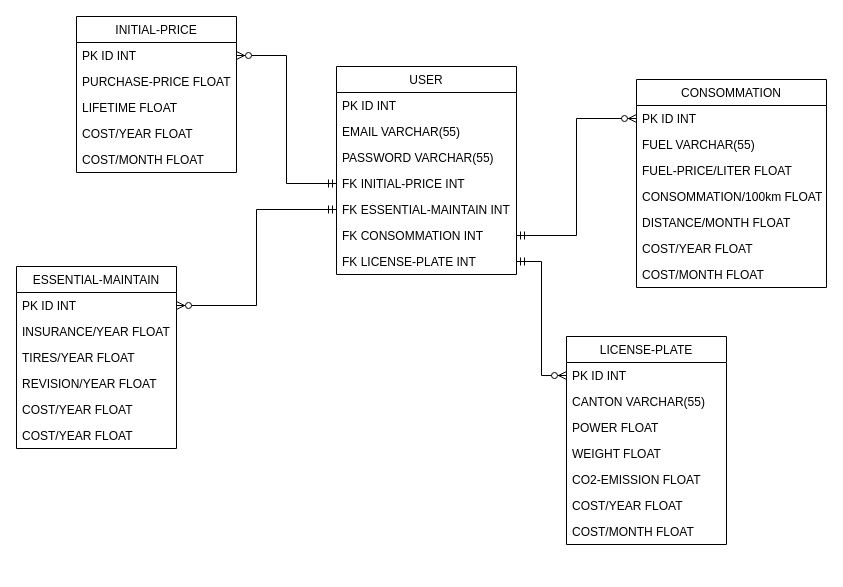
Before: page "MLD" (2 of 2) of SQL/Modélisation BDD.drawio in ThomasCPNV/CcubeProject, a draw.io diagram. Source tidied: cells renumbered, new cells numbered last; positions are measured from the earlier drawing's top-left corner, leaving out a move shared by most shapes. Both pictures are drawn from the tidied source at 100%, with x=0, y=0 at pixel (16, 16).
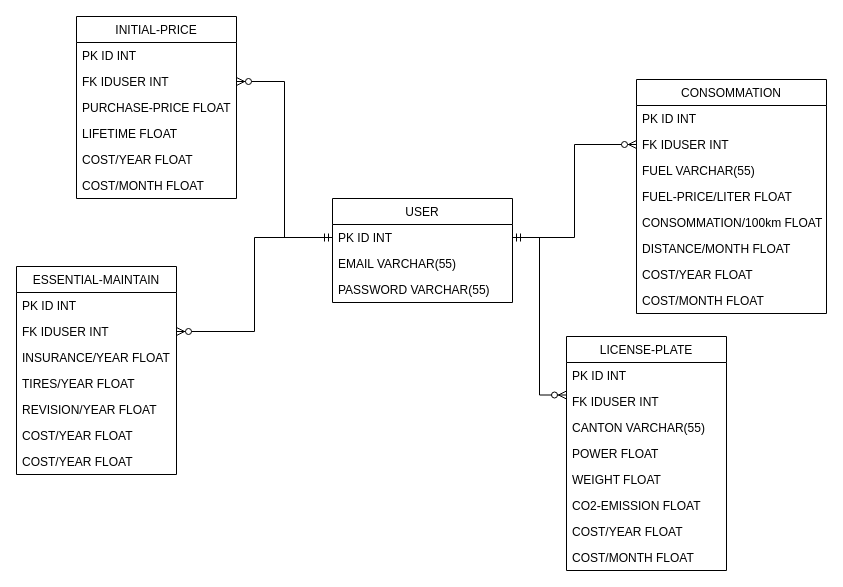
Above is the later version.

Commit message (it also covers changes not shown here):
Mise à jour des diagrammes

The change refers to these unchanged cells:
```xml
<mxCell id="3" value="PK ID INT" style="text;strokeColor=none;fillColor=none;align=left;verticalAlign=top;spacingLeft=4;spacingRight=4;overflow=hidden;points=[[0,0.5],[1,0.5]];portConstraint=eastwest;" parent="2" vertex="1">
  <mxGeometry y="26" width="180" height="26" as="geometry" />
</mxCell>
<mxCell id="11" value="PK ID INT" style="text;strokeColor=none;fillColor=none;align=left;verticalAlign=top;spacingLeft=4;spacingRight=4;overflow=hidden;points=[[0,0.5],[1,0.5]];portConstraint=eastwest;" parent="10" vertex="1">
  <mxGeometry y="26" width="160" height="26" as="geometry" />
</mxCell>
<mxCell id="19" value="PK ID INT" style="text;strokeColor=none;fillColor=none;align=left;verticalAlign=top;spacingLeft=4;spacingRight=4;overflow=hidden;points=[[0,0.5],[1,0.5]];portConstraint=eastwest;" parent="18" vertex="1">
  <mxGeometry y="26" width="160" height="26" as="geometry" />
</mxCell>
<mxCell id="26" value="PK ID INT" style="text;strokeColor=none;fillColor=none;align=left;verticalAlign=top;spacingLeft=4;spacingRight=4;overflow=hidden;points=[[0,0.5],[1,0.5]];portConstraint=eastwest;" parent="25" vertex="1">
  <mxGeometry y="26" width="160" height="26" as="geometry" />
</mxCell>
<mxCell id="32" value="PK ID INT" style="text;strokeColor=none;fillColor=none;align=left;verticalAlign=top;spacingLeft=4;spacingRight=4;overflow=hidden;points=[[0,0.5],[1,0.5]];portConstraint=eastwest;" parent="31" vertex="1">
  <mxGeometry y="26" width="190" height="26" as="geometry" />
</mxCell>
```

Change to the diagram source:
```diff
@@
     <mxCell id="2" value="USER" style="swimlane;fontStyle=0;horizontal=1;startSize=26;fillColor=none;" parent="1" vertex="1">
-      <mxGeometry x="320" y="50" width="180" height="208" as="geometry" />
+      <mxGeometry x="316" y="182" width="180" height="104" as="geometry" />
     </mxCell>
@@
-    <mxCell id="6" value="FK INITIAL-PRICE INT" style="text;strokeColor=none;fillColor=none;align=left;verticalAlign=top;spacingLeft=4;spacingRight=4;overflow=hidden;points=[[0,0.5],[1,0.5]];portConstraint=eastwest;" parent="2" vertex="1">
-      <mxGeometry y="104" width="180" height="26" as="geometry" />
-    </mxCell>
-    <mxCell id="7" value="FK ESSENTIAL-MAINTAIN INT" style="text;strokeColor=none;fillColor=none;align=left;verticalAlign=top;spacingLeft=4;spacingRight=4;overflow=hidden;points=[[0,0.5],[1,0.5]];portConstraint=eastwest;" parent="2" vertex="1">
-      <mxGeometry y="130" width="180" height="26" as="geometry" />
-    </mxCell>
-    <mxCell id="8" value="FK CONSOMMATION INT" style="text;strokeColor=none;fillColor=none;align=left;verticalAlign=top;spacingLeft=4;spacingRight=4;overflow=hidden;points=[[0,0.5],[1,0.5]];portConstraint=eastwest;" parent="2" vertex="1">
-      <mxGeometry y="156" width="180" height="26" as="geometry" />
-    </mxCell>
-    <mxCell id="9" value="FK LICENSE-PLATE INT" style="text;strokeColor=none;fillColor=none;align=left;verticalAlign=top;spacingLeft=4;spacingRight=4;overflow=hidden;points=[[0,0.5],[1,0.5]];portConstraint=eastwest;" parent="2" vertex="1">
-      <mxGeometry y="182" width="180" height="26" as="geometry" />
-    </mxCell>
     <mxCell id="10" value="LICENSE-PLATE" style="swimlane;fontStyle=0;horizontal=1;startSize=26;fillColor=none;" parent="1" vertex="1">
-      <mxGeometry x="550" y="320" width="160" height="208" as="geometry" />
+      <mxGeometry x="550" y="320" width="160" height="234" as="geometry" />
     </mxCell>
@@
+    <mxCell id="43" value="FK IDUSER INT" style="text;strokeColor=none;fillColor=none;align=left;verticalAlign=top;spacingLeft=4;spacingRight=4;overflow=hidden;" parent="10" vertex="1">
+      <mxGeometry y="52" width="160" height="26" as="geometry" />
+    </mxCell>
     <mxCell id="12" value="CANTON VARCHAR(55)" style="text;strokeColor=none;fillColor=none;align=left;verticalAlign=top;spacingLeft=4;spacingRight=4;overflow=hidden;" parent="10" vertex="1">
-      <mxGeometry y="52" width="160" height="26" as="geometry" />
+      <mxGeometry y="78" width="160" height="26" as="geometry" />
     </mxCell>
     <mxCell id="13" value="POWER FLOAT" style="text;strokeColor=none;fillColor=none;align=left;verticalAlign=top;spacingLeft=4;spacingRight=4;overflow=hidden;" parent="10" vertex="1">
-      <mxGeometry y="78" width="160" height="26" as="geometry" />
+      <mxGeometry y="104" width="160" height="26" as="geometry" />
     </mxCell>
     <mxCell id="14" value="WEIGHT FLOAT" style="text;strokeColor=none;fillColor=none;align=left;verticalAlign=top;spacingLeft=4;spacingRight=4;overflow=hidden;" parent="10" vertex="1">
-      <mxGeometry y="104" width="160" height="26" as="geometry" />
+      <mxGeometry y="130" width="160" height="26" as="geometry" />
     </mxCell>
     <mxCell id="15" value="CO2-EMISSION FLOAT" style="text;strokeColor=none;fillColor=none;align=left;verticalAlign=top;spacingLeft=4;spacingRight=4;overflow=hidden;" parent="10" vertex="1">
-      <mxGeometry y="130" width="160" height="26" as="geometry" />
+      <mxGeometry y="156" width="160" height="26" as="geometry" />
     </mxCell>
     <mxCell id="16" value="COST/YEAR FLOAT" style="text;strokeColor=none;fillColor=none;align=left;verticalAlign=top;spacingLeft=4;spacingRight=4;overflow=hidden;" parent="10" vertex="1">
-      <mxGeometry y="156" width="160" height="26" as="geometry" />
+      <mxGeometry y="182" width="160" height="26" as="geometry" />
     </mxCell>
     <mxCell id="17" value="COST/MONTH FLOAT" style="text;strokeColor=none;fillColor=none;align=left;verticalAlign=top;spacingLeft=4;spacingRight=4;overflow=hidden;" parent="10" vertex="1">
-      <mxGeometry y="182" width="160" height="26" as="geometry" />
+      <mxGeometry y="208" width="160" height="26" as="geometry" />
     </mxCell>
     <mxCell id="18" value="ESSENTIAL-MAINTAIN" style="swimlane;fontStyle=0;horizontal=1;startSize=26;fillColor=none;" parent="1" vertex="1">
-      <mxGeometry y="250" width="160" height="182" as="geometry" />
+      <mxGeometry y="250" width="160" height="208" as="geometry" />
     </mxCell>
@@
+    <mxCell id="44" value="FK IDUSER INT" style="text;strokeColor=none;fillColor=none;align=left;verticalAlign=top;spacingLeft=4;spacingRight=4;overflow=hidden;points=[[0,0.5],[1,0.5]];portConstraint=eastwest;" parent="18" vertex="1">
+      <mxGeometry y="52" width="160" height="26" as="geometry" />
+    </mxCell>
     <mxCell id="20" value="INSURANCE/YEAR FLOAT" style="text;strokeColor=none;fillColor=none;align=left;verticalAlign=top;spacingLeft=4;spacingRight=4;overflow=hidden;" parent="18" vertex="1">
-      <mxGeometry y="52" width="160" height="26" as="geometry" />
+      <mxGeometry y="78" width="160" height="26" as="geometry" />
     </mxCell>
     <mxCell id="21" value="TIRES/YEAR FLOAT" style="text;strokeColor=none;fillColor=none;align=left;verticalAlign=top;spacingLeft=4;spacingRight=4;overflow=hidden;" parent="18" vertex="1">
-      <mxGeometry y="78" width="160" height="26" as="geometry" />
+      <mxGeometry y="104" width="160" height="26" as="geometry" />
     </mxCell>
     <mxCell id="22" value="REVISION/YEAR FLOAT" style="text;strokeColor=none;fillColor=none;align=left;verticalAlign=top;spacingLeft=4;spacingRight=4;overflow=hidden;" parent="18" vertex="1">
-      <mxGeometry y="104" width="160" height="26" as="geometry" />
+      <mxGeometry y="130" width="160" height="26" as="geometry" />
     </mxCell>
     <mxCell id="23" value="COST/YEAR FLOAT" style="text;strokeColor=none;fillColor=none;align=left;verticalAlign=top;spacingLeft=4;spacingRight=4;overflow=hidden;" parent="18" vertex="1">
-      <mxGeometry y="130" width="160" height="26" as="geometry" />
+      <mxGeometry y="156" width="160" height="26" as="geometry" />
     </mxCell>
     <mxCell id="24" value="COST/YEAR FLOAT" style="text;strokeColor=none;fillColor=none;align=left;verticalAlign=top;spacingLeft=4;spacingRight=4;overflow=hidden;" parent="18" vertex="1">
-      <mxGeometry y="156" width="160" height="26" as="geometry" />
+      <mxGeometry y="182" width="160" height="26" as="geometry" />
     </mxCell>
     <mxCell id="25" value="INITIAL-PRICE" style="swimlane;fontStyle=0;horizontal=1;startSize=26;fillColor=none;" parent="1" vertex="1">
-      <mxGeometry x="60" width="160" height="156" as="geometry" />
+      <mxGeometry x="60" width="160" height="182" as="geometry" />
     </mxCell>
@@
+    <mxCell id="45" value="FK IDUSER INT" style="text;strokeColor=none;fillColor=none;align=left;verticalAlign=top;spacingLeft=4;spacingRight=4;overflow=hidden;points=[[0,0.5],[1,0.5]];portConstraint=eastwest;" parent="25" vertex="1">
+      <mxGeometry y="52" width="160" height="26" as="geometry" />
+    </mxCell>
     <mxCell id="27" value="PURCHASE-PRICE FLOAT" style="text;strokeColor=none;fillColor=none;align=left;verticalAlign=top;spacingLeft=4;spacingRight=4;overflow=hidden;" parent="25" vertex="1">
-      <mxGeometry y="52" width="160" height="26" as="geometry" />
+      <mxGeometry y="78" width="160" height="26" as="geometry" />
     </mxCell>
     <mxCell id="28" value="LIFETIME FLOAT" style="text;strokeColor=none;fillColor=none;align=left;verticalAlign=top;spacingLeft=4;spacingRight=4;overflow=hidden;" parent="25" vertex="1">
-      <mxGeometry y="78" width="160" height="26" as="geometry" />
+      <mxGeometry y="104" width="160" height="26" as="geometry" />
     </mxCell>
     <mxCell id="29" value="COST/YEAR FLOAT" style="text;strokeColor=none;fillColor=none;align=left;verticalAlign=top;spacingLeft=4;spacingRight=4;overflow=hidden;" parent="25" vertex="1">
-      <mxGeometry y="104" width="160" height="26" as="geometry" />
+      <mxGeometry y="130" width="160" height="26" as="geometry" />
     </mxCell>
     <mxCell id="30" value="COST/MONTH FLOAT" style="text;strokeColor=none;fillColor=none;align=left;verticalAlign=top;spacingLeft=4;spacingRight=4;overflow=hidden;" parent="25" vertex="1">
-      <mxGeometry y="130" width="160" height="26" as="geometry" />
+      <mxGeometry y="156" width="160" height="26" as="geometry" />
     </mxCell>
     <mxCell id="31" value="CONSOMMATION" style="swimlane;fontStyle=0;horizontal=1;startSize=26;fillColor=none;" parent="1" vertex="1">
-      <mxGeometry x="620" y="63" width="190" height="208" as="geometry" />
+      <mxGeometry x="620" y="63" width="190" height="234" as="geometry" />
     </mxCell>
@@
+    <mxCell id="46" value="FK IDUSER INT" style="text;strokeColor=none;fillColor=none;align=left;verticalAlign=top;spacingLeft=4;spacingRight=4;overflow=hidden;points=[[0,0.5],[1,0.5]];portConstraint=eastwest;" parent="31" vertex="1">
+      <mxGeometry y="52" width="190" height="26" as="geometry" />
+    </mxCell>
     <mxCell id="33" value="FUEL VARCHAR(55)" style="text;strokeColor=none;fillColor=none;align=left;verticalAlign=top;spacingLeft=4;spacingRight=4;overflow=hidden;" parent="31" vertex="1">
-      <mxGeometry y="52" width="190" height="26" as="geometry" />
+      <mxGeometry y="78" width="190" height="26" as="geometry" />
     </mxCell>
     <mxCell id="34" value="FUEL-PRICE/LITER FLOAT" style="text;strokeColor=none;fillColor=none;align=left;verticalAlign=top;spacingLeft=4;spacingRight=4;overflow=hidden;" parent="31" vertex="1">
-      <mxGeometry y="78" width="190" height="26" as="geometry" />
+      <mxGeometry y="104" width="190" height="26" as="geometry" />
     </mxCell>
     <mxCell id="35" value="CONSOMMATION/100km FLOAT" style="text;strokeColor=none;fillColor=none;align=left;verticalAlign=top;spacingLeft=4;spacingRight=4;overflow=hidden;" parent="31" vertex="1">
-      <mxGeometry y="104" width="190" height="26" as="geometry" />
+      <mxGeometry y="130" width="190" height="26" as="geometry" />
     </mxCell>
     <mxCell id="36" value="DISTANCE/MONTH FLOAT" style="text;strokeColor=none;fillColor=none;align=left;verticalAlign=top;spacingLeft=4;spacingRight=4;overflow=hidden;" parent="31" vertex="1">
-      <mxGeometry y="130" width="190" height="26" as="geometry" />
+      <mxGeometry y="156" width="190" height="26" as="geometry" />
     </mxCell>
     <mxCell id="37" value="COST/YEAR FLOAT" style="text;strokeColor=none;fillColor=none;align=left;verticalAlign=top;spacingLeft=4;spacingRight=4;overflow=hidden;" parent="31" vertex="1">
-      <mxGeometry y="156" width="190" height="26" as="geometry" />
+      <mxGeometry y="182" width="190" height="26" as="geometry" />
     </mxCell>
     <mxCell id="38" value="COST/MONTH FLOAT" style="text;strokeColor=none;fillColor=none;align=left;verticalAlign=top;spacingLeft=4;spacingRight=4;overflow=hidden;" parent="31" vertex="1">
-      <mxGeometry y="182" width="190" height="26" as="geometry" />
+      <mxGeometry y="208" width="190" height="26" as="geometry" />
     </mxCell>
-    <mxCell id="39" style="edgeStyle=orthogonalEdgeStyle;rounded=0;jettySize=auto;html=1;exitX=1;exitY=0.5;exitDx=0;exitDy=0;entryX=0;entryY=0.5;entryDx=0;entryDy=0;startArrow=ERzeroToMany;startFill=1;endArrow=ERmandOne;endFill=0;" parent="1" edge="1" source="26" target="6">
-      <mxGeometry relative="1" as="geometry" />
-    </mxCell>
-    <mxCell id="40" style="edgeStyle=orthogonalEdgeStyle;rounded=0;jettySize=auto;html=1;exitX=1;exitY=0.5;exitDx=0;exitDy=0;entryX=0;entryY=0.5;entryDx=0;entryDy=0;startArrow=ERzeroToMany;startFill=1;endArrow=ERmandOne;endFill=0;" parent="1" edge="1" source="19" target="7">
-      <mxGeometry relative="1" as="geometry" />
-    </mxCell>
-    <mxCell id="41" style="edgeStyle=orthogonalEdgeStyle;rounded=0;jettySize=auto;html=1;exitX=0;exitY=0.5;exitDx=0;exitDy=0;entryX=1;entryY=0.5;entryDx=0;entryDy=0;startArrow=ERzeroToMany;startFill=1;endArrow=ERmandOne;endFill=0;" parent="1" edge="1" source="32" target="8">
-      <mxGeometry relative="1" as="geometry" />
-    </mxCell>
-    <mxCell id="42" style="edgeStyle=orthogonalEdgeStyle;rounded=0;jettySize=auto;html=1;exitX=0;exitY=0.5;exitDx=0;exitDy=0;entryX=1;entryY=0.5;entryDx=0;entryDy=0;startArrow=ERzeroToMany;startFill=1;endArrow=ERmandOne;endFill=0;" parent="1" edge="1" source="11" target="9">
-      <mxGeometry relative="1" as="geometry" />
-    </mxCell>
+    <mxCell id="47" style="edgeStyle=orthogonalEdgeStyle;rounded=0;jettySize=auto;html=1;entryX=1;entryY=0.5;entryDx=0;entryDy=0;exitX=0;exitY=0.5;exitDx=0;exitDy=0;endArrow=ERzeroToMany;endFill=1;" parent="1" edge="1" source="3" target="45">
+      <mxGeometry relative="1" as="geometry" />
+    </mxCell>
+    <mxCell id="48" style="edgeStyle=orthogonalEdgeStyle;rounded=0;jettySize=auto;html=1;exitX=0;exitY=0.5;exitDx=0;exitDy=0;endArrow=ERzeroToMany;endFill=1;startArrow=ERmandOne;startFill=0;" parent="1" edge="1" source="3" target="44">
+      <mxGeometry relative="1" as="geometry" />
+    </mxCell>
+    <mxCell id="49" style="edgeStyle=orthogonalEdgeStyle;rounded=0;jettySize=auto;html=1;exitX=1;exitY=0.5;exitDx=0;exitDy=0;entryX=0;entryY=0.5;entryDx=0;entryDy=0;endArrow=ERzeroToMany;endFill=1;startArrow=ERmandOne;startFill=0;" parent="1" edge="1" source="3" target="46">
+      <mxGeometry relative="1" as="geometry" />
+    </mxCell>
+    <mxCell id="50" style="edgeStyle=orthogonalEdgeStyle;rounded=0;jettySize=auto;html=1;exitX=1;exitY=0.5;exitDx=0;exitDy=0;entryX=0;entryY=0.25;entryDx=0;entryDy=0;endArrow=ERzeroToMany;endFill=1;" parent="1" edge="1" source="3" target="10">
+      <mxGeometry relative="1" as="geometry" />
+    </mxCell>
```
